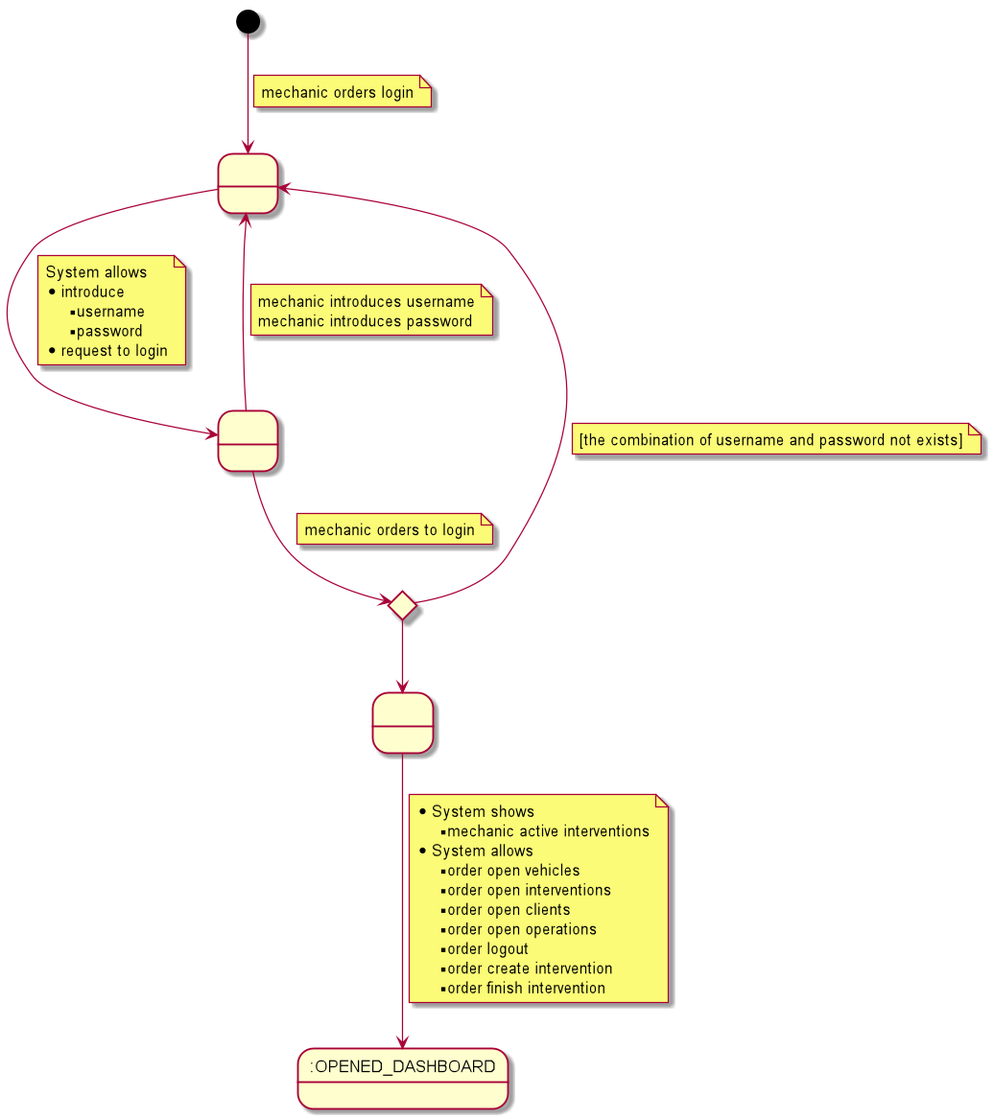
Above: documentation/1requiremets/usecases_specification/png/login.png in Ruskab/agrimManager (PlantUML), before the change. Its diagram source:
```plantuml
@startuml

state 2 as " "
state 3 as " "
state 6 as " "
state 7 as ":OPENED_DASHBOARD"
state 4 <<choice>>

[*] --> 2
note on link
    mechanic orders login
end note

2 --> 3
note on link
    System allows
    * introduce
    ** username
    ** password
    * request to login
end note

3 --> 2
note on link
    mechanic introduces username
    mechanic introduces password
end note

3 --> 4
note on link
    mechanic orders to login
end note

4 --> 6

6 --> 7
note on link
    * System shows
    ** mechanic active interventions
    * System allows
    ** order open vehicles
    ** order open interventions
    ** order open clients
    ** order open operations
    ** order logout
    ** order create intervention
    ** order finish intervention
end note
4 --> 2
note on link
[the combination of username and password not exists]
end note
@enduml
```
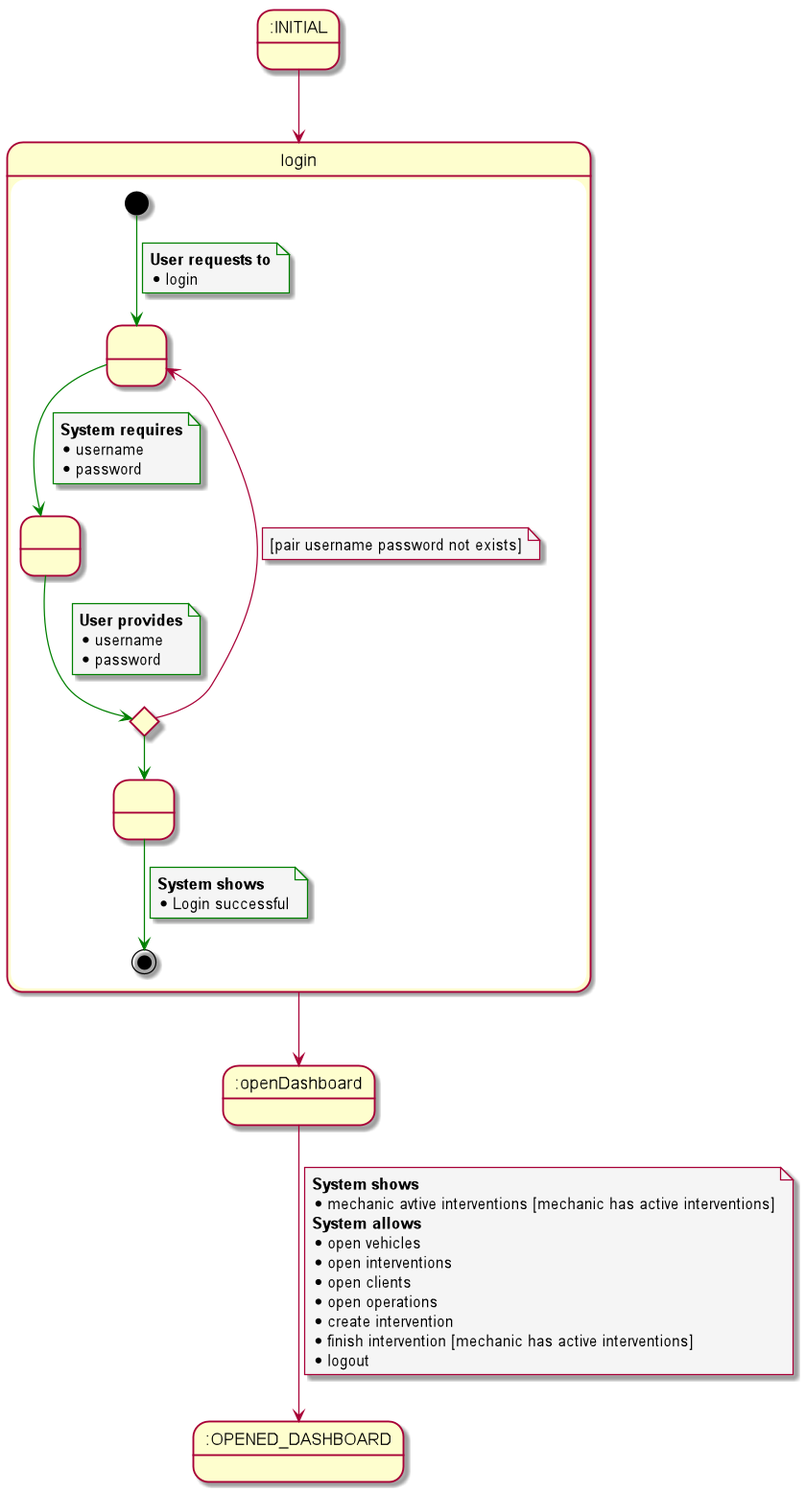
After the commit.

The edit, as a diff of the source:
```diff
@@ -1,53 +1,70 @@
 @startuml
+    skinparam {
+        NoteBackgroundColor #whiteSmoke
+    }
 
+state initstate as ":INITIAL"
+state login
+state openDashboard as ":openDashboard"
+state endstate as ":OPENED_DASHBOARD"
+
+initstate --> login
+
+state login {
+
+state 1 as " "
+state condicional <<choice>>
 state 2 as " "
 state 3 as " "
-state 6 as " "
-state 7 as ":OPENED_DASHBOARD"
-state 4 <<choice>>
 
-[*] --> 2
+[*] -[#Green]-> 1
 note on link
-    mechanic orders login
+<b>User requests to</b>
+* login
 end note
 
-2 --> 3
+1 -[#Green]-> 2
 note on link
-    System allows
-    * introduce
-    ** username
-    ** password
-    * request to login
+<b>System requires</b>
+* username
+* password
 end note
 
-3 --> 2
+2 -[#Green]-> condicional
 note on link
-    mechanic introduces username
-    mechanic introduces password
+<b>User provides</b>
+* username
+* password
 end note
 
-3 --> 4
+condicional --> 1
 note on link
-    mechanic orders to login
+[pair username password not exists]
 end note
 
-4 --> 6
+condicional -[#Green]-> 3
 
-6 --> 7
+3 -[#Green]-> [*]
 note on link
-    * System shows
-    ** mechanic active interventions
-    * System allows
-    ** order open vehicles
-    ** order open interventions
-    ** order open clients
-    ** order open operations
-    ** order logout
-    ** order create intervention
-    ** order finish intervention
+<b>System shows</b>
+* Login successful
 end note
-4 --> 2
+}
+
+login --> openDashboard
+
+openDashboard --> endstate
 note on link
-[the combination of username and password not exists]
+<b>System shows</b>
+* mechanic avtive interventions [mechanic has active interventions]
+<b>System allows</b>
+* open vehicles
+* open interventions
+* open clients
+* open operations
+* create intervention
+* finish intervention [mechanic has active interventions]
+* logout
 end note
+
 @enduml
```
